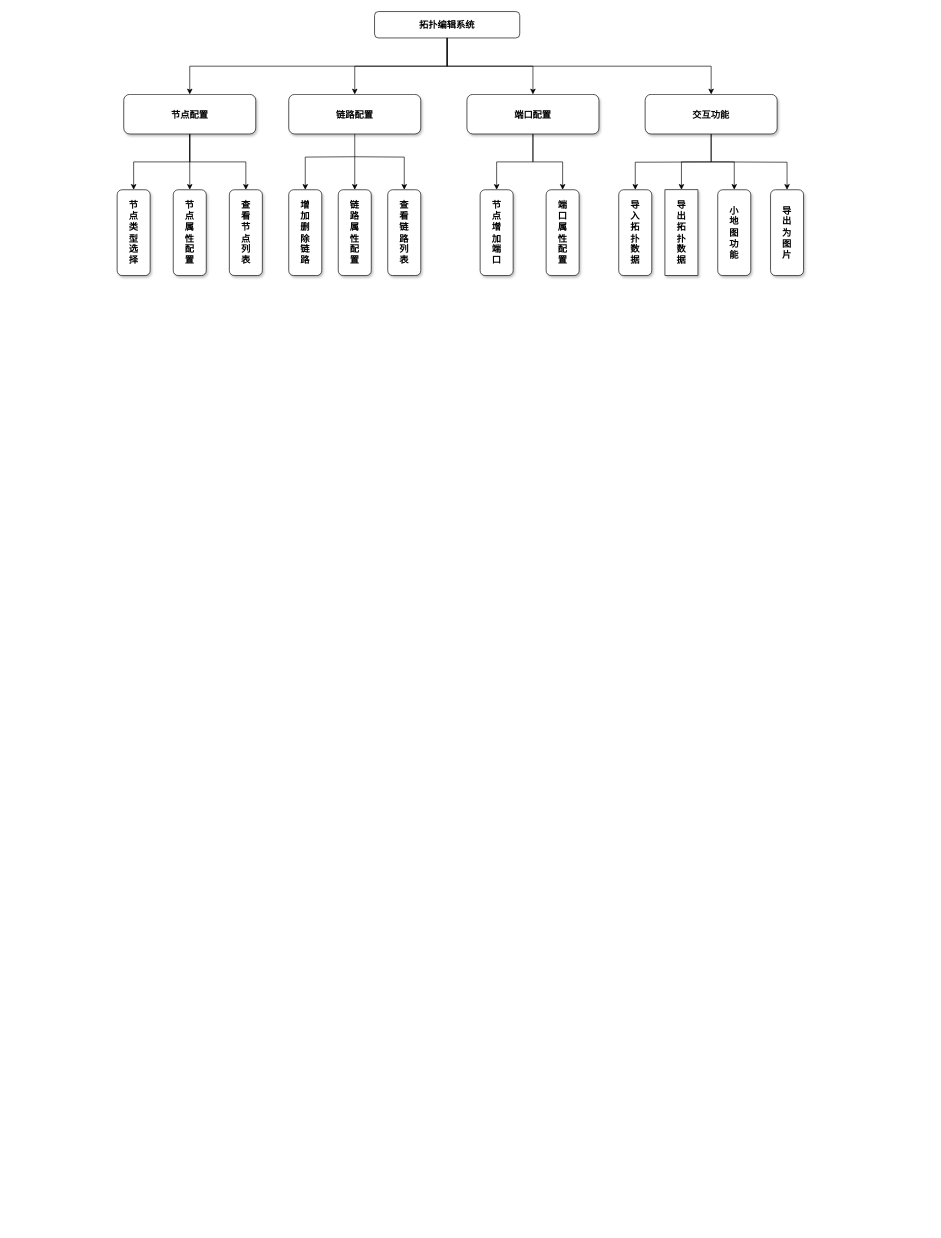
Above: 拓扑编辑图.drawio in lvxiansen/drawio (draw.io), before the change. Source tidied: cells renumbered, new cells numbered last; positions are measured from the earlier drawing's top-left corner, leaving out a move shared by most shapes. Both pictures are drawn from the tidied source at 66%, with x=0, y=0 at pixel (117, 11).
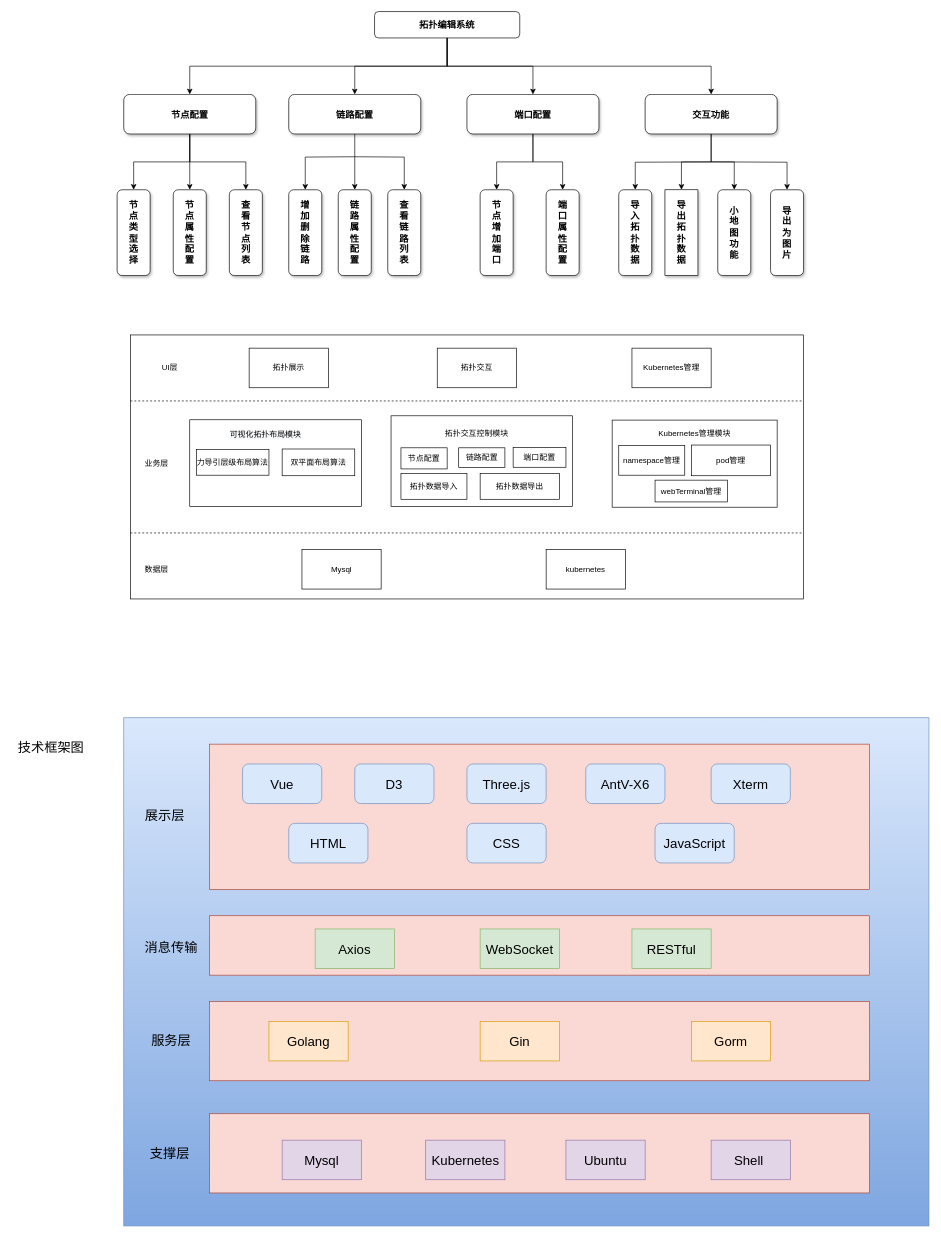
The same diagram, later.

Commit message (it also covers changes not shown here):
更新拓扑编辑图.drawio

What changed in the source:
```diff
@@
+    <mxCell id="35" style="rounded=0;whiteSpace=wrap;html=1;shadow=0;fontSize=20;fillColor=#dae8fc;strokeColor=#6c8ebf;gradientColor=#7ea6e0;" parent="1" vertex="1">
+      <mxGeometry x="10" y="1070" width="1220" height="770" as="geometry" />
+    </mxCell>
@@
+    <mxCell id="36" style="rounded=0;whiteSpace=wrap;html=1;" parent="1" vertex="1">
+      <mxGeometry x="20" y="490" width="1020" height="400" as="geometry" />
+    </mxCell>
+    <mxCell id="37" style="endArrow=none;dashed=1;html=1;rounded=0;exitX=0;exitY=0.25;exitDx=0;exitDy=0;entryX=1;entryY=0.25;entryDx=0;entryDy=0;" parent="1" edge="1" source="36" target="36">
+      <mxGeometry relative="1" as="geometry" />
+    </mxCell>
+    <mxCell id="38" value="UI层&lt;br&gt;" style="text;html=1;strokeColor=none;fillColor=none;align=center;verticalAlign=middle;whiteSpace=wrap;rounded=0;" parent="1" vertex="1">
+      <mxGeometry x="50" y="525" width="60" height="30" as="geometry" />
+    </mxCell>
+    <mxCell id="39" value="拓扑展示" style="rounded=0;whiteSpace=wrap;html=1;" parent="1" vertex="1">
+      <mxGeometry x="200" y="510" width="120" height="60" as="geometry" />
+    </mxCell>
+    <mxCell id="40" value="拓扑交互" style="rounded=0;whiteSpace=wrap;html=1;" parent="1" vertex="1">
+      <mxGeometry x="485" y="510" width="120" height="60" as="geometry" />
+    </mxCell>
+    <mxCell id="41" value="Kubernetes管理" style="rounded=0;whiteSpace=wrap;html=1;" parent="1" vertex="1">
+      <mxGeometry x="780" y="510" width="120" height="60" as="geometry" />
+    </mxCell>
+    <mxCell id="42" style="endArrow=none;dashed=1;html=1;rounded=0;exitX=0;exitY=0.25;exitDx=0;exitDy=0;entryX=1;entryY=0.25;entryDx=0;entryDy=0;" parent="1" edge="1">
+      <mxGeometry relative="1" as="geometry">
+        <mxPoint x="20" y="790" as="sourcePoint" />
+        <mxPoint x="1040" y="790" as="targetPoint" />
+      </mxGeometry>
+    </mxCell>
+    <mxCell id="43" value="业务层" style="text;html=1;strokeColor=none;fillColor=none;align=center;verticalAlign=middle;whiteSpace=wrap;rounded=0;" parent="1" vertex="1">
+      <mxGeometry x="30" y="670" width="60" height="30" as="geometry" />
+    </mxCell>
+    <mxCell id="44" style="rounded=0;whiteSpace=wrap;html=1;" parent="1" vertex="1">
+      <mxGeometry x="110" y="618.5" width="260" height="131.5" as="geometry" />
+    </mxCell>
+    <mxCell id="45" value="&lt;br&gt;&lt;span style=&quot;color: rgb(0, 0, 0); font-family: Helvetica; font-size: 12px; font-style: normal; font-variant-ligatures: normal; font-variant-caps: normal; font-weight: 400; letter-spacing: normal; orphans: 2; text-align: center; text-indent: 0px; text-transform: none; widows: 2; word-spacing: 0px; -webkit-text-stroke-width: 0px; background-color: rgb(248, 249, 250); text-decoration-thickness: initial; text-decoration-style: initial; text-decoration-color: initial; float: none; display: inline !important;&quot;&gt;可视化拓扑布局模块&lt;/span&gt;&lt;br&gt;" style="text;html=1;strokeColor=none;fillColor=none;align=center;verticalAlign=middle;whiteSpace=wrap;rounded=0;" parent="1" vertex="1">
+      <mxGeometry x="170" y="627.5" width="110" height="10" as="geometry" />
+    </mxCell>
+    <mxCell id="46" value="力导引层级布局算法" style="rounded=0;whiteSpace=wrap;html=1;" parent="1" vertex="1">
+      <mxGeometry x="120" y="663.5" width="110" height="39" as="geometry" />
+    </mxCell>
+    <mxCell id="47" value="双平面布局算法" style="rounded=0;whiteSpace=wrap;html=1;" parent="1" vertex="1">
+      <mxGeometry x="250" y="662.8" width="110" height="40.5" as="geometry" />
+    </mxCell>
+    <mxCell id="48" style="rounded=0;whiteSpace=wrap;html=1;" parent="1" vertex="1">
+      <mxGeometry x="415" y="612.5" width="275" height="137.5" as="geometry" />
+    </mxCell>
+    <mxCell id="49" value="拓扑交互控制模块" style="text;html=1;strokeColor=none;fillColor=none;align=center;verticalAlign=middle;whiteSpace=wrap;rounded=0;" parent="1" vertex="1">
+      <mxGeometry x="490" y="627.5" width="110" height="22" as="geometry" />
+    </mxCell>
+    <mxCell id="50" value="节点配置" style="rounded=0;whiteSpace=wrap;html=1;" parent="1" vertex="1">
+      <mxGeometry x="430" y="661" width="70" height="32" as="geometry" />
+    </mxCell>
+    <mxCell id="51" value="链路配置" style="rounded=0;whiteSpace=wrap;html=1;" parent="1" vertex="1">
+      <mxGeometry x="517.5" y="661" width="70" height="30" as="geometry" />
+    </mxCell>
+    <mxCell id="52" value="端口配置" style="rounded=0;whiteSpace=wrap;html=1;" parent="1" vertex="1">
+      <mxGeometry x="600" y="660.5" width="80" height="30" as="geometry" />
+    </mxCell>
+    <mxCell id="53" value="拓扑数据导入" style="rounded=0;whiteSpace=wrap;html=1;" parent="1" vertex="1">
+      <mxGeometry x="430" y="700" width="100" height="39" as="geometry" />
+    </mxCell>
+    <mxCell id="54" value="拓扑数据导出" style="rounded=0;whiteSpace=wrap;html=1;" parent="1" vertex="1">
+      <mxGeometry x="550" y="700" width="120" height="39" as="geometry" />
+    </mxCell>
+    <mxCell id="55" style="rounded=0;whiteSpace=wrap;html=1;" parent="1" vertex="1">
+      <mxGeometry x="750" y="619" width="250" height="132" as="geometry" />
+    </mxCell>
+    <mxCell id="56" value="namespace管理" style="rounded=0;whiteSpace=wrap;html=1;" parent="1" vertex="1">
+      <mxGeometry x="760" y="657.5" width="100" height="45" as="geometry" />
+    </mxCell>
+    <mxCell id="57" value="Kubernetes管理模块" style="text;html=1;strokeColor=none;fillColor=none;align=center;verticalAlign=middle;whiteSpace=wrap;rounded=0;" parent="1" vertex="1">
+      <mxGeometry x="815" y="630.5" width="120" height="19" as="geometry" />
+    </mxCell>
+    <mxCell id="58" value="pod管理" style="rounded=0;whiteSpace=wrap;html=1;" parent="1" vertex="1">
+      <mxGeometry x="870" y="656.8" width="120" height="46.5" as="geometry" />
+    </mxCell>
+    <mxCell id="59" value="数据层" style="text;html=1;strokeColor=none;fillColor=none;align=center;verticalAlign=middle;whiteSpace=wrap;rounded=0;" parent="1" vertex="1">
+      <mxGeometry x="30" y="830" width="60" height="30" as="geometry" />
+    </mxCell>
+    <mxCell id="60" value="Mysql" style="rounded=0;whiteSpace=wrap;html=1;" parent="1" vertex="1">
+      <mxGeometry x="280" y="815" width="120" height="60" as="geometry" />
+    </mxCell>
+    <mxCell id="61" value="kubernetes" style="rounded=0;whiteSpace=wrap;html=1;" parent="1" vertex="1">
+      <mxGeometry x="650" y="815" width="120" height="60" as="geometry" />
+    </mxCell>
+    <mxCell id="62" value="webTerminal管理" style="rounded=0;whiteSpace=wrap;html=1;" parent="1" vertex="1">
+      <mxGeometry x="815" y="710" width="110" height="33" as="geometry" />
+    </mxCell>
+    <mxCell id="63" value="技术框架图" style="text;html=1;strokeColor=none;fillColor=none;align=center;verticalAlign=middle;whiteSpace=wrap;rounded=0;shadow=0;fontSize=20;" parent="1" vertex="1">
+      <mxGeometry x="-160" y="1100" width="120" height="30" as="geometry" />
+    </mxCell>
+    <mxCell id="64" style="rounded=0;whiteSpace=wrap;html=1;shadow=0;fontSize=20;fillColor=#fad9d5;strokeColor=#ae4132;" parent="1" vertex="1">
+      <mxGeometry x="140" y="1110" width="1000" height="220" as="geometry" />
+    </mxCell>
+    <mxCell id="65" style="rounded=0;whiteSpace=wrap;html=1;shadow=0;fontStyle=1;fillColor=#fad9d5;strokeColor=#ae4132;" parent="1" vertex="1">
+      <mxGeometry x="140" y="1500" width="1000" height="120" as="geometry" />
+    </mxCell>
+    <mxCell id="66" value="Golang" style="rounded=0;whiteSpace=wrap;html=1;shadow=0;fontSize=20;fillColor=#ffe6cc;strokeColor=#d79b00;" parent="1" vertex="1">
+      <mxGeometry x="230" y="1530" width="120" height="60" as="geometry" />
+    </mxCell>
+    <mxCell id="67" value="Gin" style="rounded=0;whiteSpace=wrap;html=1;shadow=0;fontSize=20;fillColor=#ffe6cc;strokeColor=#d79b00;" parent="1" vertex="1">
+      <mxGeometry x="550" y="1530" width="120" height="60" as="geometry" />
+    </mxCell>
+    <mxCell id="68" value="展示层" style="text;html=1;strokeColor=none;fillColor=none;align=center;verticalAlign=middle;whiteSpace=wrap;rounded=0;shadow=0;fontSize=20;" parent="1" vertex="1">
+      <mxGeometry x="25" y="1200" width="95" height="35" as="geometry" />
+    </mxCell>
+    <mxCell id="69" value="D3" style="rounded=1;whiteSpace=wrap;html=1;shadow=0;fontSize=20;fillColor=#dae8fc;strokeColor=#6c8ebf;" parent="1" vertex="1">
+      <mxGeometry x="360" y="1140" width="120" height="60" as="geometry" />
+    </mxCell>
+    <mxCell id="70" value="Three.js" style="rounded=1;whiteSpace=wrap;html=1;shadow=0;fontSize=20;fillColor=#dae8fc;strokeColor=#6c8ebf;" parent="1" vertex="1">
+      <mxGeometry x="530" y="1140" width="120" height="60" as="geometry" />
+    </mxCell>
+    <mxCell id="71" value="AntV-X6" style="rounded=1;whiteSpace=wrap;html=1;shadow=0;fontSize=20;fillColor=#dae8fc;strokeColor=#6c8ebf;" parent="1" vertex="1">
+      <mxGeometry x="710" y="1140" width="120" height="60" as="geometry" />
+    </mxCell>
+    <mxCell id="72" value="&lt;span style=&quot;font-size: 20px;&quot;&gt;HTML&lt;/span&gt;" style="rounded=1;whiteSpace=wrap;html=1;shadow=0;fillColor=#dae8fc;strokeColor=#6c8ebf;" parent="1" vertex="1">
+      <mxGeometry x="260" y="1230" width="120" height="60" as="geometry" />
+    </mxCell>
+    <mxCell id="73" value="&lt;font style=&quot;font-size: 20px;&quot;&gt;CSS&lt;/font&gt;" style="rounded=1;whiteSpace=wrap;html=1;shadow=0;fillColor=#dae8fc;strokeColor=#6c8ebf;" parent="1" vertex="1">
+      <mxGeometry x="530" y="1230" width="120" height="60" as="geometry" />
+    </mxCell>
+    <mxCell id="74" value="&lt;font style=&quot;font-size: 20px;&quot;&gt;JavaScript&lt;/font&gt;" style="rounded=1;whiteSpace=wrap;html=1;shadow=0;fillColor=#dae8fc;strokeColor=#6c8ebf;" parent="1" vertex="1">
+      <mxGeometry x="815" y="1230" width="120" height="60" as="geometry" />
+    </mxCell>
+    <mxCell id="75" value="Xterm" style="rounded=1;whiteSpace=wrap;html=1;shadow=0;fontSize=20;fillColor=#dae8fc;strokeColor=#6c8ebf;" parent="1" vertex="1">
+      <mxGeometry x="900" y="1140" width="120" height="60" as="geometry" />
+    </mxCell>
+    <mxCell id="76" value="&lt;font style=&quot;font-size: 20px;&quot;&gt;Vue&lt;/font&gt;" style="rounded=1;whiteSpace=wrap;html=1;shadow=0;fillColor=#dae8fc;strokeColor=#6c8ebf;" parent="1" vertex="1">
+      <mxGeometry x="190" y="1140" width="120" height="60" as="geometry" />
+    </mxCell>
+    <mxCell id="77" style="rounded=0;whiteSpace=wrap;html=1;shadow=0;fontSize=20;fillColor=#fad9d5;strokeColor=#ae4132;" parent="1" vertex="1">
+      <mxGeometry x="140" y="1370" width="1000" height="90" as="geometry" />
+    </mxCell>
+    <mxCell id="78" value="Axios" style="rounded=0;whiteSpace=wrap;html=1;shadow=0;fontSize=20;fillColor=#d5e8d4;strokeColor=#82b366;" parent="1" vertex="1">
+      <mxGeometry x="300" y="1390" width="120" height="60" as="geometry" />
+    </mxCell>
+    <mxCell id="79" value="RESTful" style="rounded=0;whiteSpace=wrap;html=1;shadow=0;fontSize=20;fillColor=#d5e8d4;strokeColor=#82b366;" parent="1" vertex="1">
+      <mxGeometry x="780" y="1390" width="120" height="60" as="geometry" />
+    </mxCell>
+    <mxCell id="80" value="消息传输" style="text;whiteSpace=wrap;html=1;fontSize=20;" parent="1" vertex="1">
+      <mxGeometry x="40" y="1400" width="105" height="40" as="geometry" />
+    </mxCell>
+    <mxCell id="81" value="服务层" style="text;whiteSpace=wrap;html=1;fontSize=20;" parent="1" vertex="1">
+      <mxGeometry x="50" y="1540" width="105" height="40" as="geometry" />
+    </mxCell>
+    <mxCell id="82" style="rounded=0;whiteSpace=wrap;html=1;shadow=0;fontSize=20;fillColor=#fad9d5;strokeColor=#ae4132;" parent="1" vertex="1">
+      <mxGeometry x="140" y="1670" width="1000" height="120" as="geometry" />
+    </mxCell>
+    <mxCell id="83" value="Kubernetes" style="rounded=0;whiteSpace=wrap;html=1;shadow=0;fontSize=20;fillColor=#e1d5e7;strokeColor=#9673a6;" parent="1" vertex="1">
+      <mxGeometry x="467.5" y="1710" width="120" height="60" as="geometry" />
+    </mxCell>
+    <mxCell id="84" value="Ubuntu" style="rounded=0;whiteSpace=wrap;html=1;shadow=0;fontSize=20;fillColor=#e1d5e7;strokeColor=#9673a6;" parent="1" vertex="1">
+      <mxGeometry x="680" y="1710" width="120" height="60" as="geometry" />
+    </mxCell>
+    <mxCell id="85" value="Shell&amp;nbsp;" style="rounded=0;whiteSpace=wrap;html=1;shadow=0;fontSize=20;fillColor=#e1d5e7;strokeColor=#9673a6;" parent="1" vertex="1">
+      <mxGeometry x="900" y="1710" width="120" height="60" as="geometry" />
+    </mxCell>
+    <mxCell id="86" value="Mysql" style="rounded=0;whiteSpace=wrap;html=1;shadow=0;fontSize=20;fillColor=#e1d5e7;strokeColor=#9673a6;" parent="1" vertex="1">
+      <mxGeometry x="250" y="1710" width="120" height="60" as="geometry" />
+    </mxCell>
+    <mxCell id="87" value="支撑层" style="text;html=1;strokeColor=none;fillColor=none;align=center;verticalAlign=middle;whiteSpace=wrap;rounded=0;shadow=0;fontSize=20;" parent="1" vertex="1">
+      <mxGeometry x="40" y="1715" width="80" height="30" as="geometry" />
+    </mxCell>
+    <mxCell id="88" value="WebSocket" style="rounded=0;whiteSpace=wrap;html=1;shadow=0;fontSize=20;fillColor=#d5e8d4;strokeColor=#82b366;" parent="1" vertex="1">
+      <mxGeometry x="550" y="1390" width="120" height="60" as="geometry" />
+    </mxCell>
+    <mxCell id="89" value="Gorm" style="rounded=0;whiteSpace=wrap;html=1;shadow=0;fontSize=20;fillColor=#ffe6cc;strokeColor=#d79b00;" parent="1" vertex="1">
+      <mxGeometry x="870" y="1530" width="120" height="60" as="geometry" />
+    </mxCell>
```
